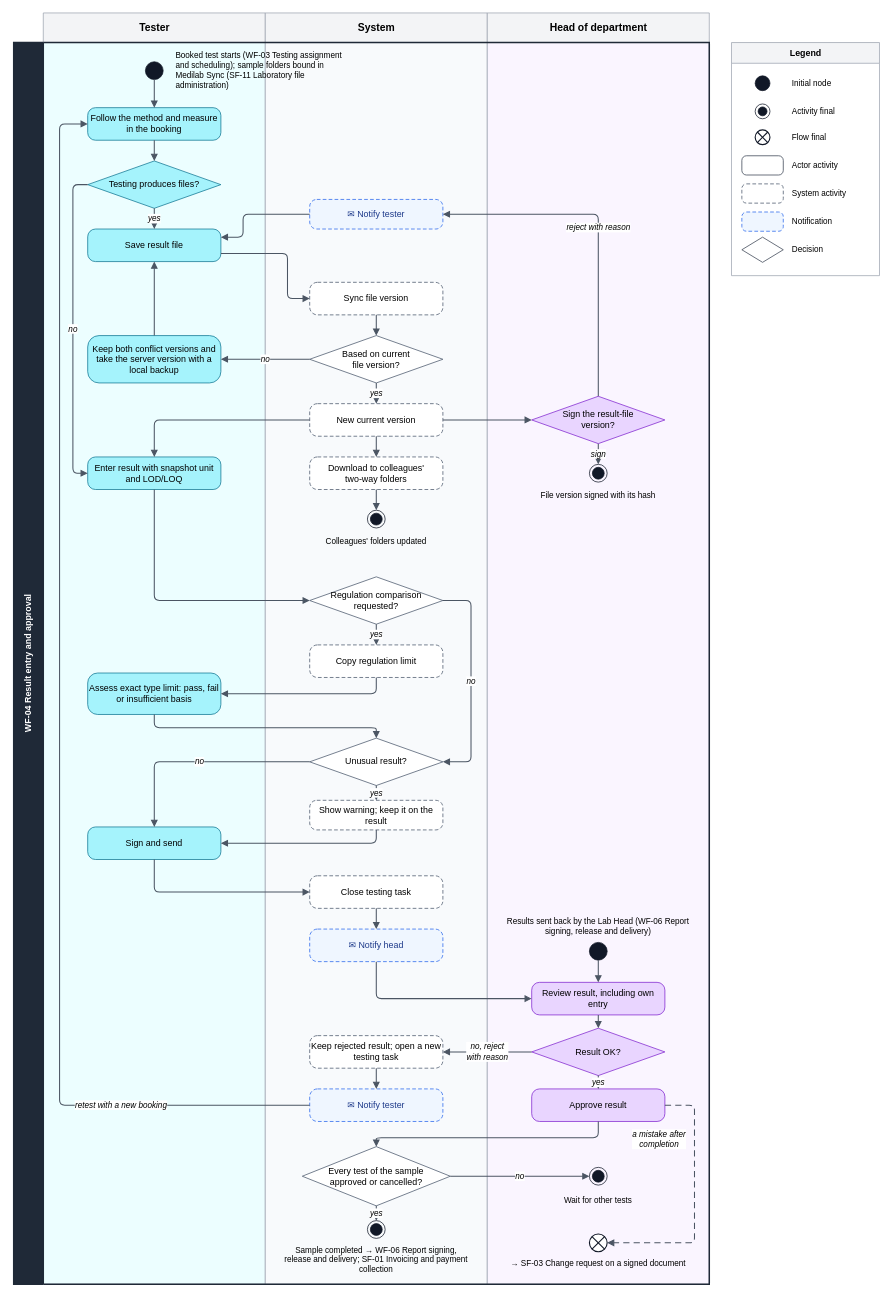
Earlier version of the draw.io diagram page "WF-04 Workflow" (1 of 2) of docs/reports/activity-diagram/final/Core flows/WF-04 Result entry and approval.drawio (SoltuneMontepre/medilab). Source tidied: cells renumbered, new cells numbered last; positions are measured from the earlier drawing's top-left corner, leaving out a move shared by most shapes. Both pictures are drawn from the tidied source at 74%, with x=0, y=0 at pixel (13, 13).
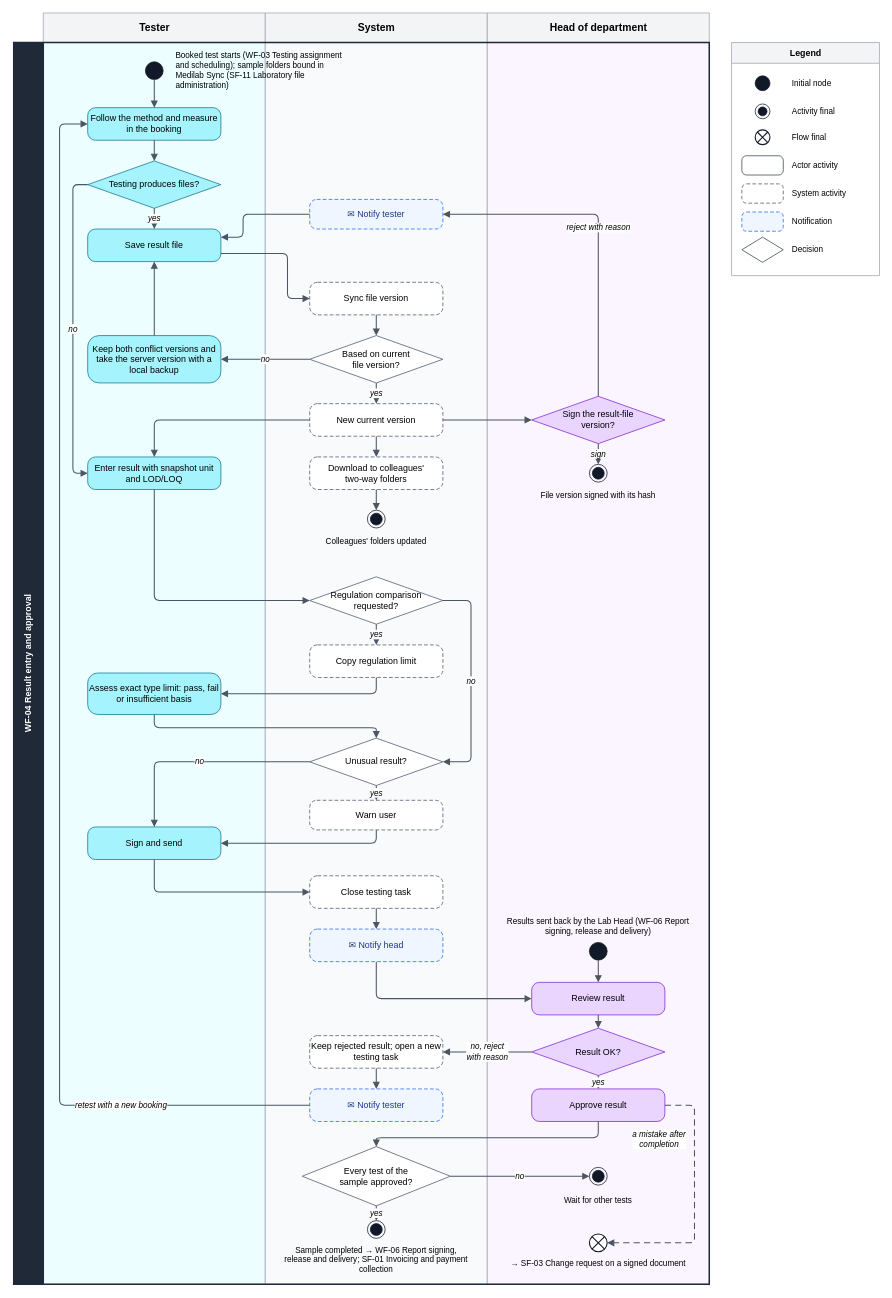
After the change.

What changed in the source:
```diff
@@
-    <mxCell id="24" value="Show warning; keep it on the result" style="rounded=1;arcSize=24;dashed=1;dashPattern=5 3;whiteSpace=wrap;html=1;fontSize=12;fillColor=#FFFFFF;strokeColor=#475569;" parent="1" vertex="1">
+    <mxCell id="24" value="Warn user" style="rounded=1;arcSize=24;dashed=1;dashPattern=5 3;whiteSpace=wrap;html=1;fontSize=12;fillColor=#FFFFFF;strokeColor=#475569;" parent="1" vertex="1">
       <mxGeometry x="400" y="1064" width="180" height="40" as="geometry" />
     </mxCell>
@@
-    <mxCell id="26" value="Review result, including own entry" style="rounded=1;arcSize=24;whiteSpace=wrap;html=1;fontSize=12;fillColor=#E9D5FF;strokeColor=#7E22CE;" parent="1" vertex="1">
+    <mxCell id="26" value="Review result" style="rounded=1;arcSize=24;whiteSpace=wrap;html=1;fontSize=12;fillColor=#E9D5FF;strokeColor=#7E22CE;" parent="1" vertex="1">
       <mxGeometry x="700" y="1310" width="180" height="44" as="geometry" />
     </mxCell>
@@
-    <mxCell id="33" value="Every test of the sample&lt;br&gt;approved or cancelled?" style="rhombus;whiteSpace=wrap;html=1;fontSize=12;fillColor=#FFFFFF;strokeColor=#475569;" parent="1" vertex="1">
+    <mxCell id="33" value="Every test of the&lt;br&gt;sample approved?" style="rhombus;whiteSpace=wrap;html=1;fontSize=12;fillColor=#FFFFFF;strokeColor=#475569;" parent="1" vertex="1">
       <mxGeometry x="390" y="1532" width="200" height="80" as="geometry" />
     </mxCell>
```
